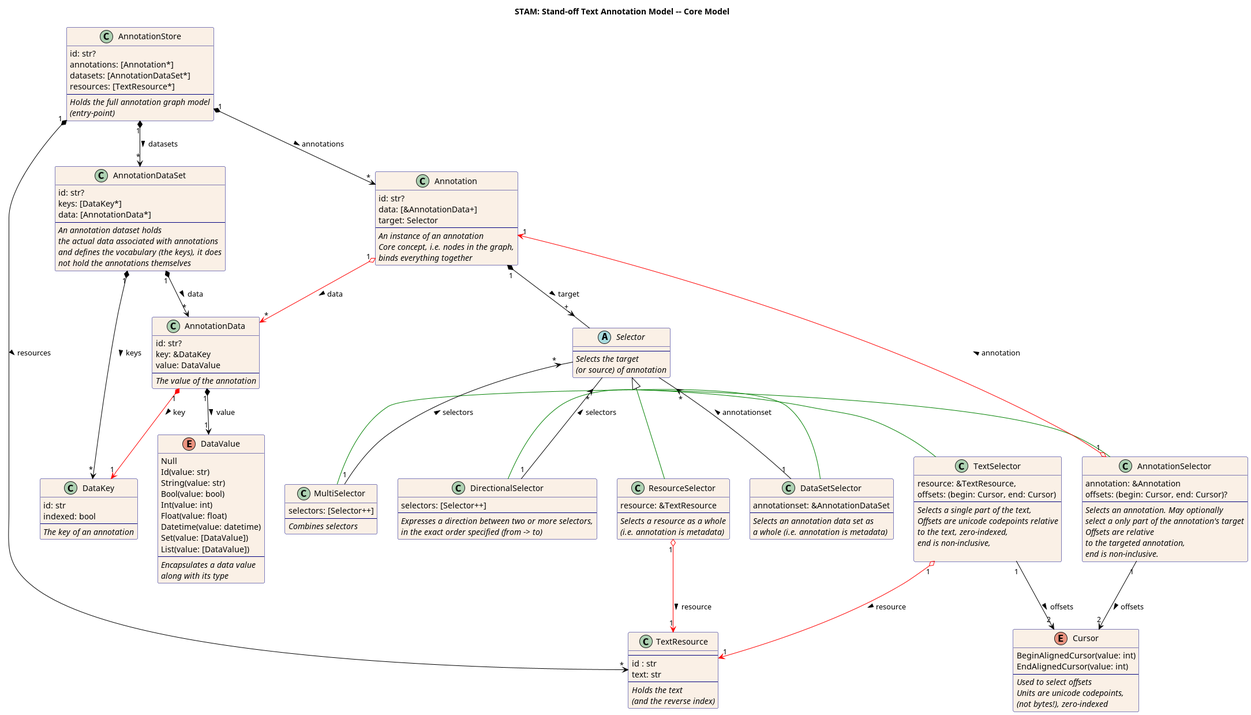
Before: coremodel.png, a diagram exported from PlantUML (annotation/stam).
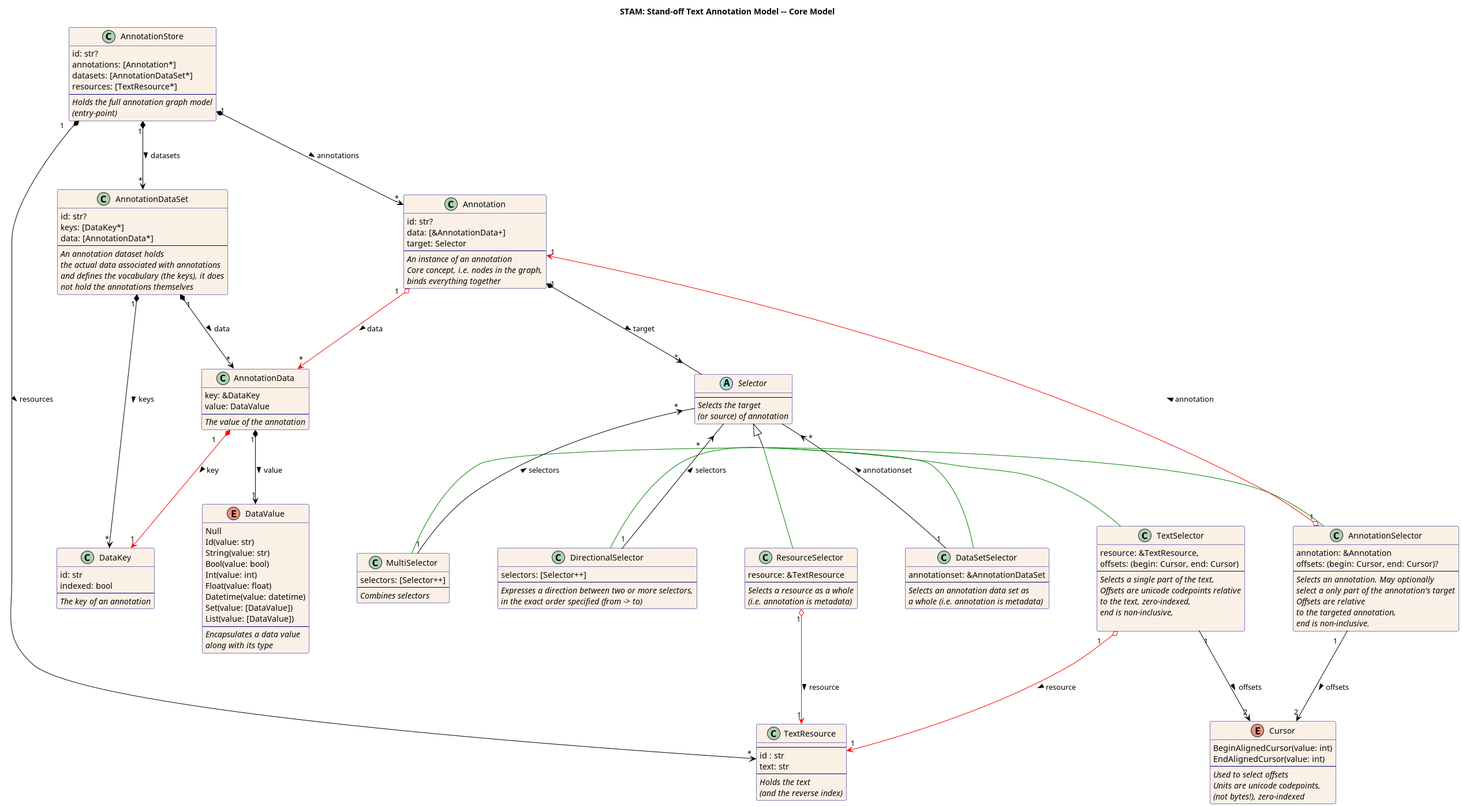
The same diagram one commit later.

Change to the diagram source:
```diff
@@ -118,7 +118,6 @@
 
 
 class AnnotationData {
-    id: str?
     key: &DataKey
     value: DataValue
     --
```
